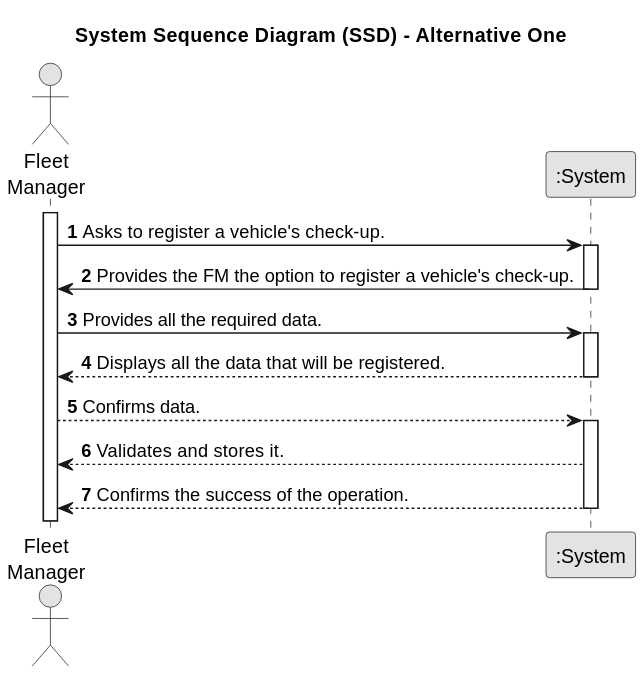
Earlier version of the PlantUML export docs/sprintB/us007/01.requirements-engineering/svg/us007-system-sequence-diagram-alternative-one.svg (SAEmanuel/Green_Spaces_Management_ISEP).
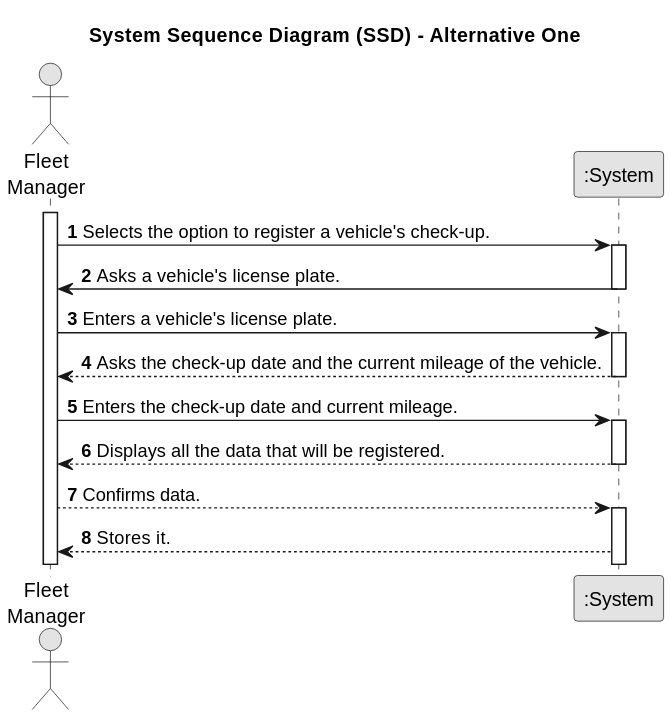
The same file after the commit.

What changed in the source:
```diff
@@ -12,14 +12,20 @@
 
 activate FM
 
-    FM -> System : Asks to register a vehicle's check-up.
+    FM -> System : Selects the option to register a vehicle's check-up.
     activate System
 
-    System -> FM : Provides the FM the option to register a vehicle's check-up.
+    System -> FM : Asks a vehicle's license plate.
         deactivate System
 
-        FM -> System  : Provides all the required data.
+        FM -> System  : Enters a vehicle's license plate.
     activate System
+
+    System --> FM : Asks the check-up date and the current mileage of the vehicle.
+    deactivate System
+
+    FM -> System  : Enters the check-up date and current mileage.
+        activate System
 
     System --> FM : Displays all the data that will be registered.
         deactivate System
@@ -27,9 +33,5 @@
         FM --> System : Confirms data.
         activate System
 
-        System --> FM : Validates and stores it.
-
-
-        System --> FM : Confirms the success of the operation.
-        deactivate System
+        System --> FM : Stores it.
 @enduml
```
